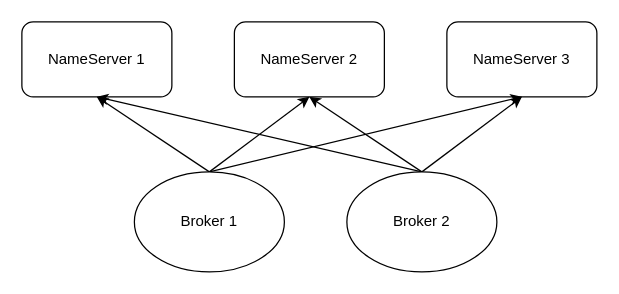
This is rocketmq/broker往nameserver上注册.drawio from erlieStar/diagrams, a draw.io file, before an edit. Source tidied: cells renumbered, new cells numbered last; positions are measured from the earlier drawing's top-left corner, leaving out a move shared by most shapes. Both pictures are drawn from the tidied source at 125%, with x=0, y=0 at pixel (21, 21).
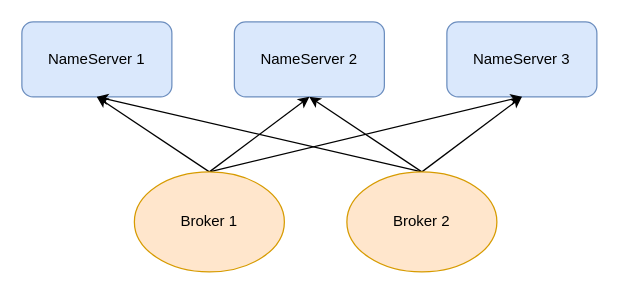
After the change.

Change to the diagram source:
```diff
@@
 <mxGraphModel>
   <root>
     <mxCell id="0" />
     <mxCell id="1" parent="0" />
-    <mxCell id="2" value="NameServer 1" style="rounded=1;whiteSpace=wrap;html=1;" parent="1" vertex="1">
+    <mxCell id="2" value="NameServer 1" style="rounded=1;whiteSpace=wrap;html=1;fillColor=#dae8fc;strokeColor=#6c8ebf;" parent="1" vertex="1">
       <mxGeometry width="120" height="60" as="geometry" />
     </mxCell>
-    <mxCell id="3" value="NameServer 2" style="rounded=1;whiteSpace=wrap;html=1;" parent="1" vertex="1">
+    <mxCell id="3" value="NameServer 2" style="rounded=1;whiteSpace=wrap;html=1;fillColor=#dae8fc;strokeColor=#6c8ebf;" parent="1" vertex="1">
       <mxGeometry x="170" width="120" height="60" as="geometry" />
     </mxCell>
-    <mxCell id="4" value="NameServer 3" style="rounded=1;whiteSpace=wrap;html=1;" parent="1" vertex="1">
+    <mxCell id="4" value="NameServer 3" style="rounded=1;whiteSpace=wrap;html=1;fillColor=#dae8fc;strokeColor=#6c8ebf;" parent="1" vertex="1">
       <mxGeometry x="340" width="120" height="60" as="geometry" />
     </mxCell>
     <mxCell id="5" style="rounded=0;jettySize=auto;html=1;exitX=0.5;exitY=0;exitDx=0;exitDy=0;entryX=0.5;entryY=1;entryDx=0;entryDy=0;" parent="1" edge="1" source="8" target="2">
       <mxGeometry relative="1" as="geometry" />
     </mxCell>
     <mxCell id="6" style="edgeStyle=none;rounded=0;jettySize=auto;html=1;exitX=0.5;exitY=0;exitDx=0;exitDy=0;entryX=0.5;entryY=1;entryDx=0;entryDy=0;" parent="1" edge="1" source="8" target="3">
       <mxGeometry relative="1" as="geometry" />
     </mxCell>
     <mxCell id="7" style="edgeStyle=none;rounded=0;jettySize=auto;html=1;exitX=0.5;exitY=0;exitDx=0;exitDy=0;entryX=0.5;entryY=1;entryDx=0;entryDy=0;" parent="1" edge="1" source="8" target="4">
       <mxGeometry relative="1" as="geometry" />
     </mxCell>
-    <mxCell id="8" value="Broker 1" style="ellipse;whiteSpace=wrap;html=1;" parent="1" vertex="1">
+    <mxCell id="8" value="Broker 1" style="ellipse;whiteSpace=wrap;html=1;fillColor=#ffe6cc;strokeColor=#d79b00;" parent="1" vertex="1">
       <mxGeometry x="90" y="120" width="120" height="80" as="geometry" />
     </mxCell>
     <mxCell id="9" style="edgeStyle=none;rounded=0;jettySize=auto;html=1;exitX=0.5;exitY=0;exitDx=0;exitDy=0;entryX=0.5;entryY=1;entryDx=0;entryDy=0;" parent="1" edge="1" source="12" target="2">
       <mxGeometry relative="1" as="geometry" />
     </mxCell>
     <mxCell id="10" style="edgeStyle=none;rounded=0;jettySize=auto;html=1;exitX=0.5;exitY=0;exitDx=0;exitDy=0;" parent="1" edge="1" source="12">
       <mxGeometry relative="1" as="geometry">
         <mxPoint x="230" y="60" as="targetPoint" />
       </mxGeometry>
     </mxCell>
     <mxCell id="11" style="edgeStyle=none;rounded=0;jettySize=auto;html=1;exitX=0.5;exitY=0;exitDx=0;exitDy=0;" parent="1" edge="1" source="12">
       <mxGeometry relative="1" as="geometry">
         <mxPoint x="400" y="60" as="targetPoint" />
       </mxGeometry>
     </mxCell>
-    <mxCell id="12" value="Broker 2" style="ellipse;whiteSpace=wrap;html=1;" parent="1" vertex="1">
+    <mxCell id="12" value="Broker 2" style="ellipse;whiteSpace=wrap;html=1;fillColor=#ffe6cc;strokeColor=#d79b00;" parent="1" vertex="1">
       <mxGeometry x="260" y="120" width="120" height="80" as="geometry" />
     </mxCell>
   </root>
 </mxGraphModel>
```
